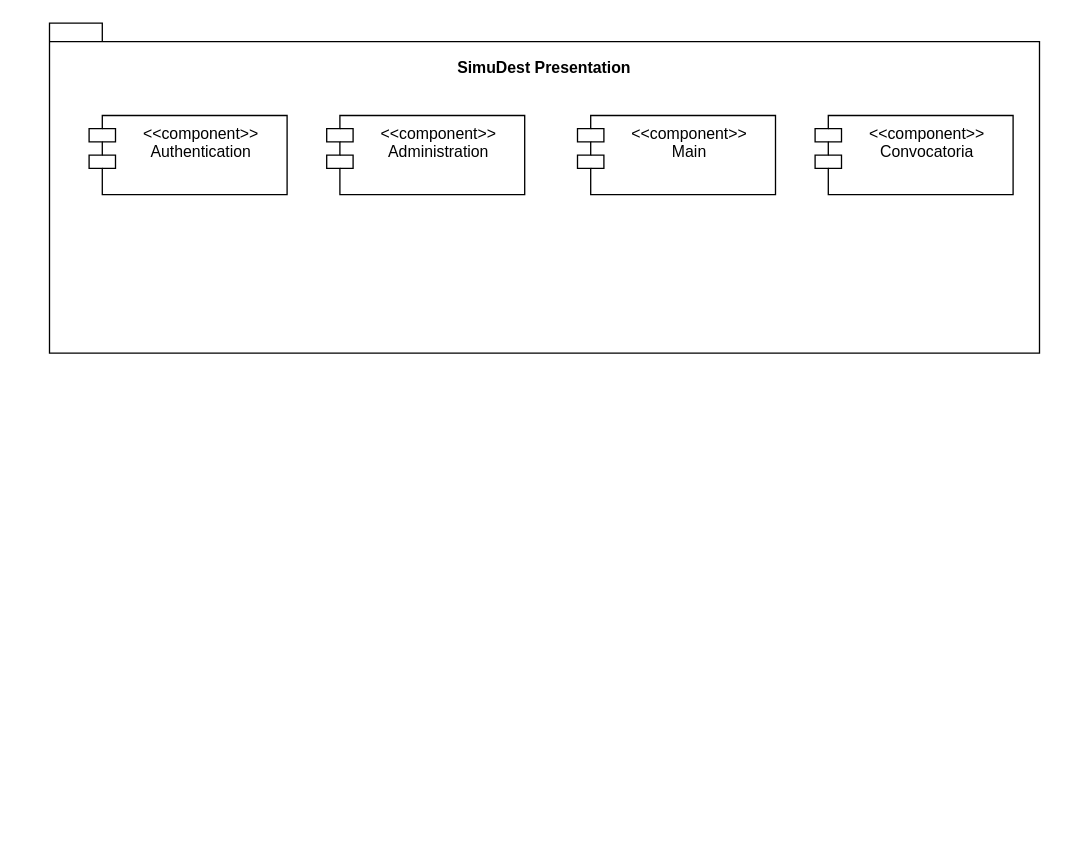
Earlier version of the draw.io diagram diagramas/arquitectura/DiagramaArquitectura.drawio (Castillo82/simuladordestinos). Source tidied: cells renumbered, new cells numbered last; positions are measured from the earlier drawing's top-left corner, leaving out a move shared by most shapes. Both pictures are drawn from the tidied source at 132%, with x=0, y=0 at pixel (49, 22).
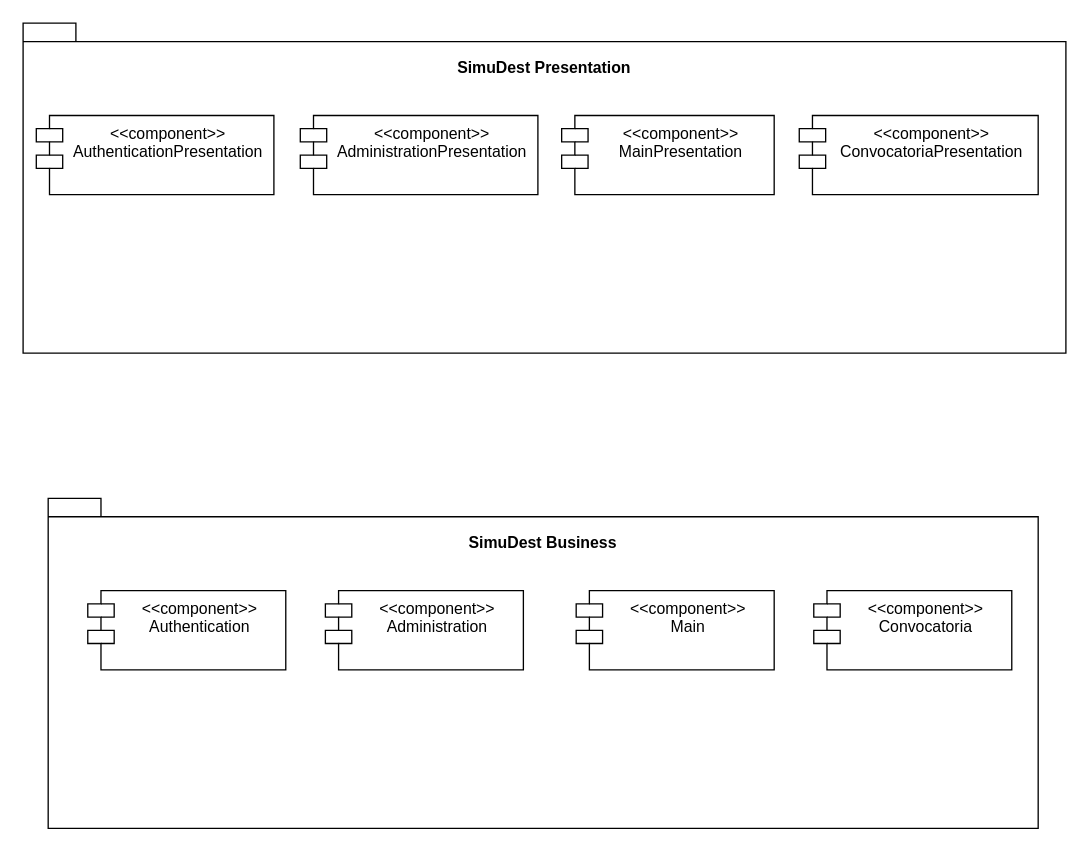
After the change.

What changed in the source:
```diff
@@
 <mxGraphModel>
   <root>
     <mxCell id="0" />
     <mxCell id="1" parent="0" />
     <mxCell id="2" value="&lt;div&gt;&lt;br&gt;&lt;/div&gt;&lt;div&gt;&lt;br&gt;&lt;/div&gt;" style="shape=folder;fontStyle=1;spacingTop=10;tabWidth=40;tabHeight=14;tabPosition=left;html=1;" parent="1" vertex="1">
-      <mxGeometry width="750" height="250" as="geometry" />
+      <mxGeometry x="-20" width="790" height="250" as="geometry" />
     </mxCell>
-    <mxCell id="3" value="&lt;&lt;component&gt;&gt;&#10;Authentication&#10;" style="shape=module;align=left;spacingLeft=20;align=center;verticalAlign=top;" parent="1" vertex="1">
-      <mxGeometry x="30" y="70" width="150" height="60" as="geometry" />
+    <mxCell id="3" value="&lt;&lt;component&gt;&gt;&#10;AuthenticationPresentation&#10;" style="shape=module;align=left;spacingLeft=20;align=center;verticalAlign=top;" parent="1" vertex="1">
+      <mxGeometry x="-10" y="70" width="180" height="60" as="geometry" />
     </mxCell>
     <mxCell id="4" value="SimuDest Presentation" style="text;align=center;fontStyle=1;verticalAlign=middle;spacingLeft=3;spacingRight=3;strokeColor=none;" parent="1" vertex="1">
       <mxGeometry x="335" y="20" width="80" height="26" as="geometry" />
     </mxCell>
-    <mxCell id="5" value="&lt;&lt;component&gt;&gt;&#10;Administration&#10;" style="shape=module;align=left;spacingLeft=20;align=center;verticalAlign=top;" parent="1" vertex="1">
-      <mxGeometry x="210" y="70" width="150" height="60" as="geometry" />
+    <mxCell id="5" value="&lt;&lt;component&gt;&gt;&#10;AdministrationPresentation&#10;" style="shape=module;align=left;spacingLeft=20;align=center;verticalAlign=top;" parent="1" vertex="1">
+      <mxGeometry x="190" y="70" width="180" height="60" as="geometry" />
     </mxCell>
-    <mxCell id="6" value="&lt;&lt;component&gt;&gt;&#10;Main&#10;" style="shape=module;align=left;spacingLeft=20;align=center;verticalAlign=top;" parent="1" vertex="1">
-      <mxGeometry x="400" y="70" width="150" height="60" as="geometry" />
+    <mxCell id="6" value="&lt;&lt;component&gt;&gt;&#10;MainPresentation&#10;" style="shape=module;align=left;spacingLeft=20;align=center;verticalAlign=top;" parent="1" vertex="1">
+      <mxGeometry x="388" y="70" width="161" height="60" as="geometry" />
     </mxCell>
-    <mxCell id="7" value="&lt;&lt;component&gt;&gt;&#10;Convocatoria&#10;" style="shape=module;align=left;spacingLeft=20;align=center;verticalAlign=top;" parent="1" vertex="1">
-      <mxGeometry x="580" y="70" width="150" height="60" as="geometry" />
+    <mxCell id="7" value="&lt;&lt;component&gt;&gt;&#10;ConvocatoriaPresentation&#10;" style="shape=module;align=left;spacingLeft=20;align=center;verticalAlign=top;" parent="1" vertex="1">
+      <mxGeometry x="568" y="70" width="181" height="60" as="geometry" />
     </mxCell>
+    <mxCell id="8" value="&lt;div&gt;&lt;br&gt;&lt;/div&gt;&lt;div&gt;&lt;br&gt;&lt;/div&gt;" style="shape=folder;fontStyle=1;spacingTop=10;tabWidth=40;tabHeight=14;tabPosition=left;html=1;" parent="1" vertex="1">
+      <mxGeometry x="-1" y="360" width="750" height="250" as="geometry" />
+    </mxCell>
+    <mxCell id="9" value="&lt;&lt;component&gt;&gt;&#10;Authentication&#10;" style="shape=module;align=left;spacingLeft=20;align=center;verticalAlign=top;" parent="1" vertex="1">
+      <mxGeometry x="29" y="430" width="150" height="60" as="geometry" />
+    </mxCell>
+    <mxCell id="10" value="SimuDest Business" style="text;align=center;fontStyle=1;verticalAlign=middle;spacingLeft=3;spacingRight=3;strokeColor=none;" parent="1" vertex="1">
+      <mxGeometry x="334" y="380" width="80" height="26" as="geometry" />
+    </mxCell>
+    <mxCell id="11" value="&lt;&lt;component&gt;&gt;&#10;Administration&#10;" style="shape=module;align=left;spacingLeft=20;align=center;verticalAlign=top;" parent="1" vertex="1">
+      <mxGeometry x="209" y="430" width="150" height="60" as="geometry" />
+    </mxCell>
+    <mxCell id="12" value="&lt;&lt;component&gt;&gt;&#10;Main&#10;" style="shape=module;align=left;spacingLeft=20;align=center;verticalAlign=top;" parent="1" vertex="1">
+      <mxGeometry x="399" y="430" width="150" height="60" as="geometry" />
+    </mxCell>
+    <mxCell id="13" value="&lt;&lt;component&gt;&gt;&#10;Convocatoria&#10;" style="shape=module;align=left;spacingLeft=20;align=center;verticalAlign=top;" parent="1" vertex="1">
+      <mxGeometry x="579" y="430" width="150" height="60" as="geometry" />
+    </mxCell>
   </root>
 </mxGraphModel>
```
